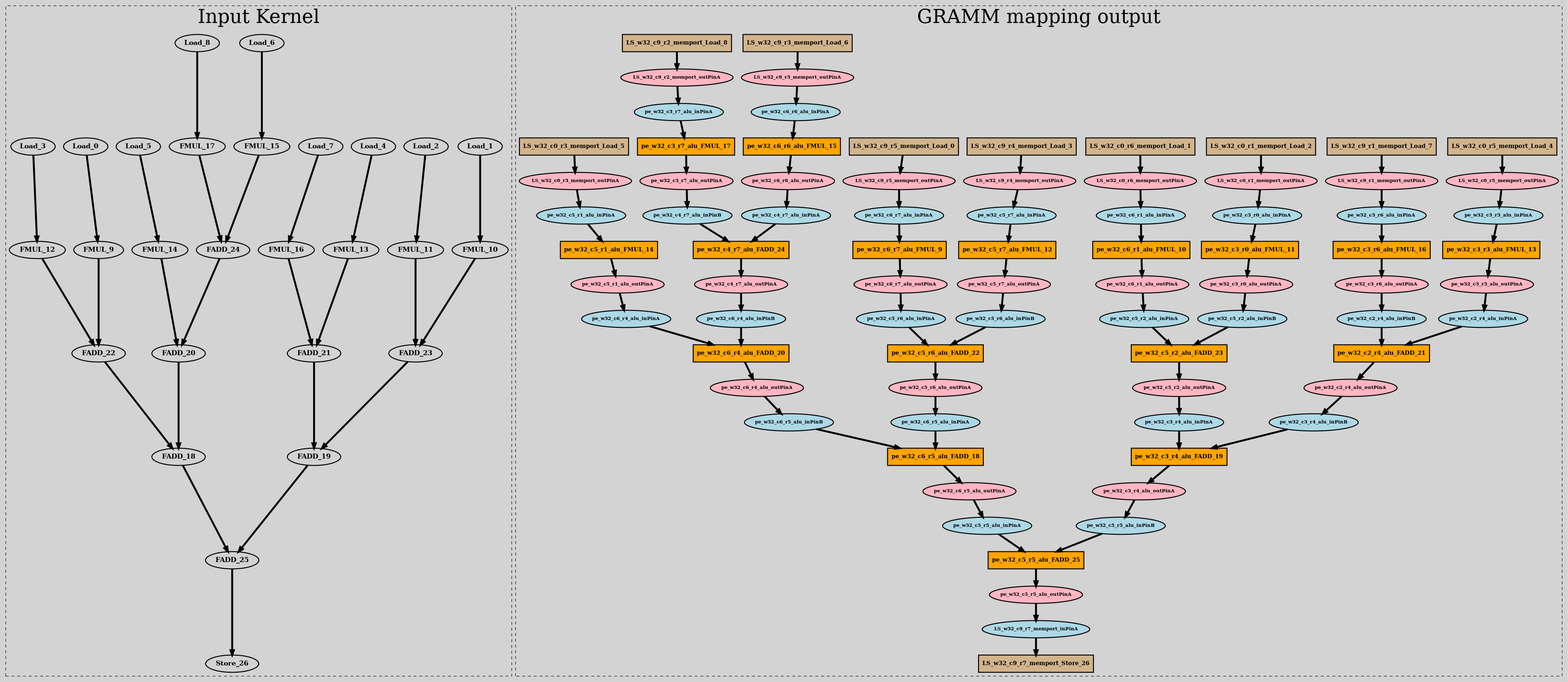
Before: unpositioned_dot_output.png, a diagram exported from Graphviz (UniversalGRAMM/UGRAMM). Its source is kept beside it as unpositioned_dot_output.dot.
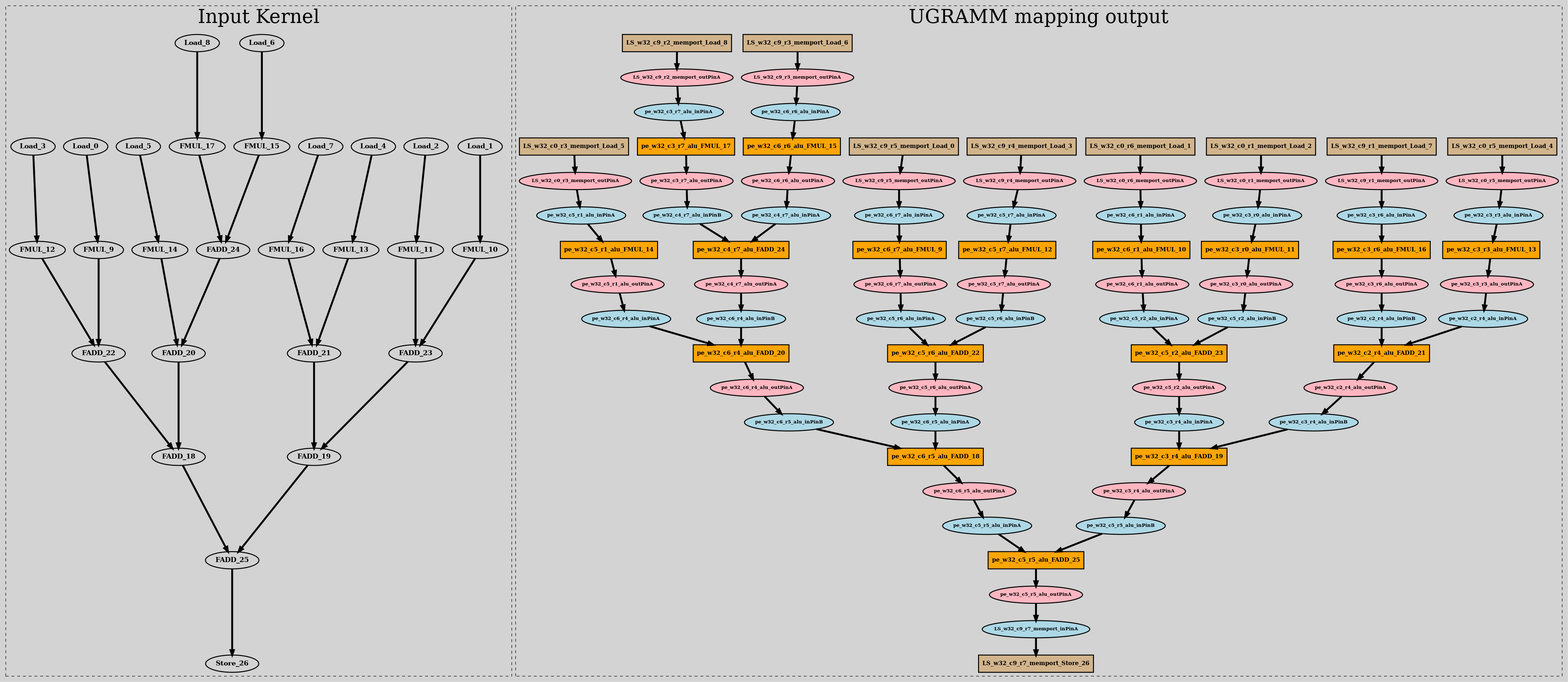
Above is the later version.

What changed in the source:
```diff
@@ -61,7 +61,7 @@
   FADD_18 -> FADD_25;
 }
 subgraph cluster_0 {
- label = "GRAMM mapping output"; fontsize = 40; style=dashed;
+ label = "UGRAMM mapping output"; fontsize = 40; style=dashed;
 LS_w32_c0_r3_memport_outPinA [shape="oval" width=0.1 fontsize=10 fillcolor="#FFB6C1"]
 LS_w32_c0_r5_memport_Load_4 [shape="rectangle" width=0.5 fontsize=12 fillcolor="#D2B48C"]
 LS_w32_c0_r5_memport_Load_4 -> LS_w32_c0_r5_memport_outPinA
```
